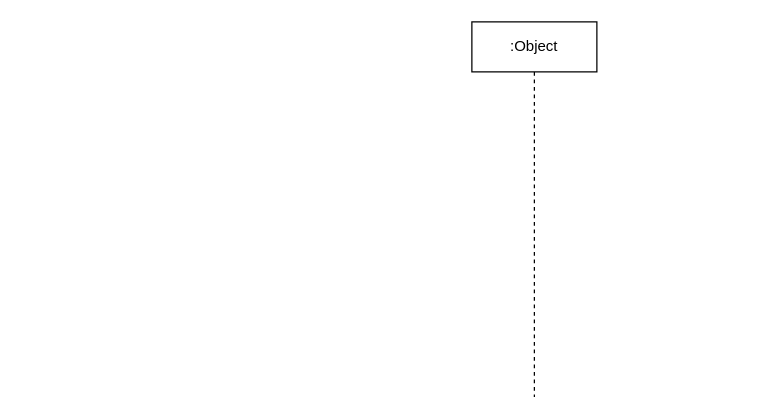
The draw.io diagram doc/diagram/resources.drawio in seedhartha/reone, before the edit. Source tidied: cells renumbered, new cells numbered last; positions are measured from the earlier drawing's top-left corner, leaving out a move shared by most shapes. Both pictures are drawn from the tidied source at 125%, with x=0, y=0 at pixel (471, 21).
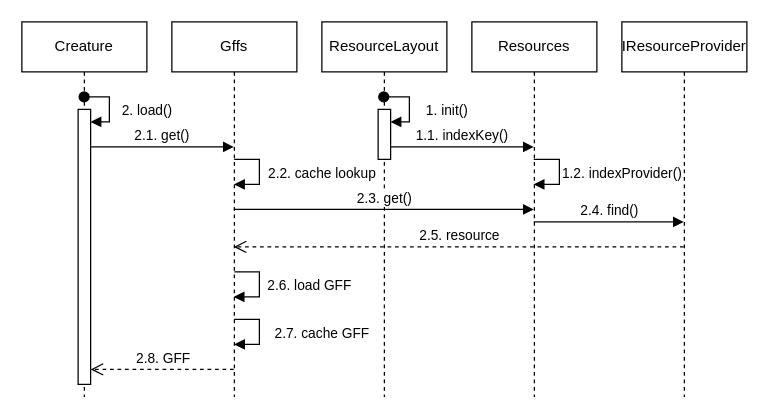
The same page after the edit.

Commit message (it also covers changes not shown here):
Add sequence diagram of resource management

[ci skip]

The edit, as a diff of the source:
```diff
@@
-    <mxCell id="2" value=":Object" style="shape=umlLifeline;perimeter=lifelinePerimeter;whiteSpace=wrap;html=1;outlineConnect=0;" parent="1" vertex="1">
+    <mxCell id="2" value="Resources" style="shape=umlLifeline;perimeter=lifelinePerimeter;whiteSpace=wrap;html=1;outlineConnect=0;" parent="1" vertex="1">
       <mxGeometry width="100" height="300" as="geometry" />
     </mxCell>
+    <mxCell id="3" value="ResourceLayout" style="shape=umlLifeline;perimeter=lifelinePerimeter;whiteSpace=wrap;html=1;outlineConnect=0;" parent="1" vertex="1">
+      <mxGeometry x="-120" width="100" height="300" as="geometry" />
+    </mxCell>
+    <mxCell id="4" style="html=1;points=[];perimeter=orthogonalPerimeter;" parent="3" vertex="1">
+      <mxGeometry x="45" y="70" width="10" height="40" as="geometry" />
+    </mxCell>
+    <mxCell id="5" value="1. init()" style="html=1;verticalAlign=bottom;startArrow=oval;startFill=1;endArrow=block;startSize=8;rounded=0;" parent="3" edge="1" source="3" target="4">
+      <mxGeometry x="0.46" y="-30" relative="1" as="geometry">
+        <Array as="points">
+          <mxPoint x="70" y="60" />
+          <mxPoint x="70" y="80" />
+        </Array>
+        <mxPoint x="30" y="30" as="offset" />
+      </mxGeometry>
+    </mxCell>
+    <mxCell id="6" value="Gffs" style="shape=umlLifeline;perimeter=lifelinePerimeter;whiteSpace=wrap;html=1;outlineConnect=0;" parent="1" vertex="1">
+      <mxGeometry x="-240" width="100" height="300" as="geometry" />
+    </mxCell>
+    <mxCell id="7" value="2.6. load GFF" style="html=1;verticalAlign=bottom;endArrow=block;rounded=0;" parent="6" edge="1" target="6">
+      <mxGeometry x="0.33" y="-40" relative="1" as="geometry">
+        <mxPoint x="50" y="200" as="sourcePoint" />
+        <Array as="points">
+          <mxPoint x="70" y="200" />
+          <mxPoint x="70" y="220" />
+        </Array>
+        <mxPoint x="40" y="40" as="offset" />
+      </mxGeometry>
+    </mxCell>
+    <mxCell id="8" value="Creature" style="shape=umlLifeline;perimeter=lifelinePerimeter;whiteSpace=wrap;html=1;" parent="1" vertex="1">
+      <mxGeometry x="-360" width="100" height="300" as="geometry" />
+    </mxCell>
+    <mxCell id="9" style="html=1;points=[];perimeter=orthogonalPerimeter;" parent="8" vertex="1">
+      <mxGeometry x="45" y="70" width="10" height="220" as="geometry" />
+    </mxCell>
+    <mxCell id="10" value="2. load()" style="html=1;verticalAlign=bottom;startArrow=oval;startFill=1;endArrow=block;startSize=8;rounded=0;" parent="8" edge="1" target="9">
+      <mxGeometry x="0.46" y="-30" relative="1" as="geometry">
+        <mxPoint x="49.8" y="60" as="sourcePoint" />
+        <Array as="points">
+          <mxPoint x="70" y="60" />
+          <mxPoint x="70" y="80" />
+        </Array>
+        <mxPoint x="30" y="30" as="offset" />
+      </mxGeometry>
+    </mxCell>
+    <mxCell id="11" value="1.1. indexKey()" style="html=1;verticalAlign=bottom;endArrow=block;rounded=0;" parent="1" edge="1" source="4" target="2">
+      <mxGeometry relative="1" as="geometry">
+        <Array as="points">
+          <mxPoint x="-10" y="100" />
+        </Array>
+      </mxGeometry>
+    </mxCell>
+    <mxCell id="12" value="1.2. indexProvider()" style="html=1;verticalAlign=bottom;endArrow=block;rounded=0;" parent="1" edge="1" source="2" target="2">
+      <mxGeometry x="0.33" y="-50" relative="1" as="geometry">
+        <Array as="points">
+          <mxPoint x="70" y="110" />
+          <mxPoint x="70" y="130" />
+        </Array>
+        <mxPoint x="50" y="50" as="offset" />
+      </mxGeometry>
+    </mxCell>
+    <mxCell id="13" value="IResourceProvider" style="shape=umlLifeline;perimeter=lifelinePerimeter;whiteSpace=wrap;html=1;outlineConnect=0;" parent="1" vertex="1">
+      <mxGeometry x="120" width="100" height="300" as="geometry" />
+    </mxCell>
+    <mxCell id="14" value="2.1. get()" style="html=1;verticalAlign=bottom;endArrow=block;rounded=0;" parent="1" edge="1" source="9">
+      <mxGeometry relative="1" as="geometry">
+        <mxPoint x="-190.5" y="100" as="targetPoint" />
+        <Array as="points">
+          <mxPoint x="-260" y="100" />
+        </Array>
+      </mxGeometry>
+    </mxCell>
+    <mxCell id="15" value="2.2. cache lookup" style="html=1;verticalAlign=bottom;endArrow=block;rounded=0;" parent="1" edge="1">
+      <mxGeometry x="0.34" y="-50" relative="1" as="geometry">
+        <mxPoint x="-190.2" y="110" as="sourcePoint" />
+        <mxPoint x="-190.2" y="130" as="targetPoint" />
+        <Array as="points">
+          <mxPoint x="-170" y="110" />
+          <mxPoint x="-170" y="130" />
+        </Array>
+        <mxPoint x="50" y="50" as="offset" />
+      </mxGeometry>
+    </mxCell>
+    <mxCell id="16" value="2.3. get()" style="html=1;verticalAlign=bottom;endArrow=block;rounded=0;" parent="1" edge="1" source="6" target="2">
+      <mxGeometry relative="1" as="geometry" />
+    </mxCell>
+    <mxCell id="17" value="2.4. find()" style="html=1;verticalAlign=bottom;endArrow=block;rounded=0;" parent="1" edge="1" source="2" target="13">
+      <mxGeometry relative="1" as="geometry">
+        <Array as="points">
+          <mxPoint x="110" y="160" />
+        </Array>
+      </mxGeometry>
+    </mxCell>
+    <mxCell id="18" value="2.5. resource" style="html=1;verticalAlign=bottom;endArrow=open;dashed=1;endSize=8;rounded=0;" parent="1" edge="1" source="13" target="6">
+      <mxGeometry relative="1" as="geometry">
+        <Array as="points">
+          <mxPoint x="-20" y="180" />
+        </Array>
+      </mxGeometry>
+    </mxCell>
+    <mxCell id="19" value="2.7. cache GFF" style="html=1;verticalAlign=bottom;endArrow=block;rounded=0;" parent="1" edge="1">
+      <mxGeometry x="0.33" y="-50" relative="1" as="geometry">
+        <mxPoint x="-190.1" y="238" as="sourcePoint" />
+        <mxPoint x="-190.1" y="258" as="targetPoint" />
+        <Array as="points">
+          <mxPoint x="-170" y="238" />
+          <mxPoint x="-170" y="258" />
+        </Array>
+        <mxPoint x="50" y="50" as="offset" />
+      </mxGeometry>
+    </mxCell>
+    <mxCell id="20" value="2.8. GFF" style="html=1;verticalAlign=bottom;endArrow=open;dashed=1;endSize=8;rounded=0;" parent="1" edge="1" target="9">
+      <mxGeometry relative="1" as="geometry">
+        <mxPoint x="-190.5" y="278" as="sourcePoint" />
+        <Array as="points">
+          <mxPoint x="-250" y="278" />
+        </Array>
+      </mxGeometry>
+    </mxCell>
```
